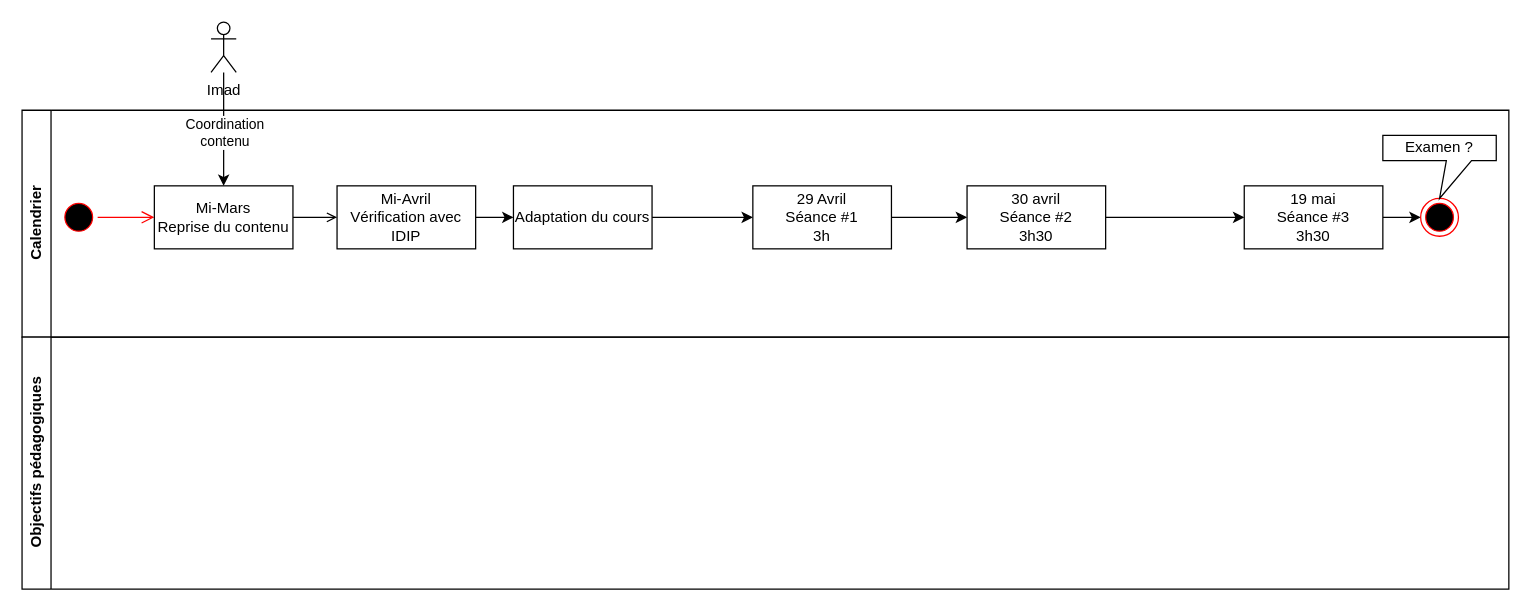
Fabrice-64/Drawings keeps this draw.io diagram as Cours IA et RH.drawio. Above is the earlier version. Source tidied: cells renumbered, new cells numbered last; positions are measured from the earlier drawing's top-left corner, leaving out a move shared by most shapes. Both pictures are drawn from the tidied source at 126%, with x=0, y=0 at pixel (21, 21).
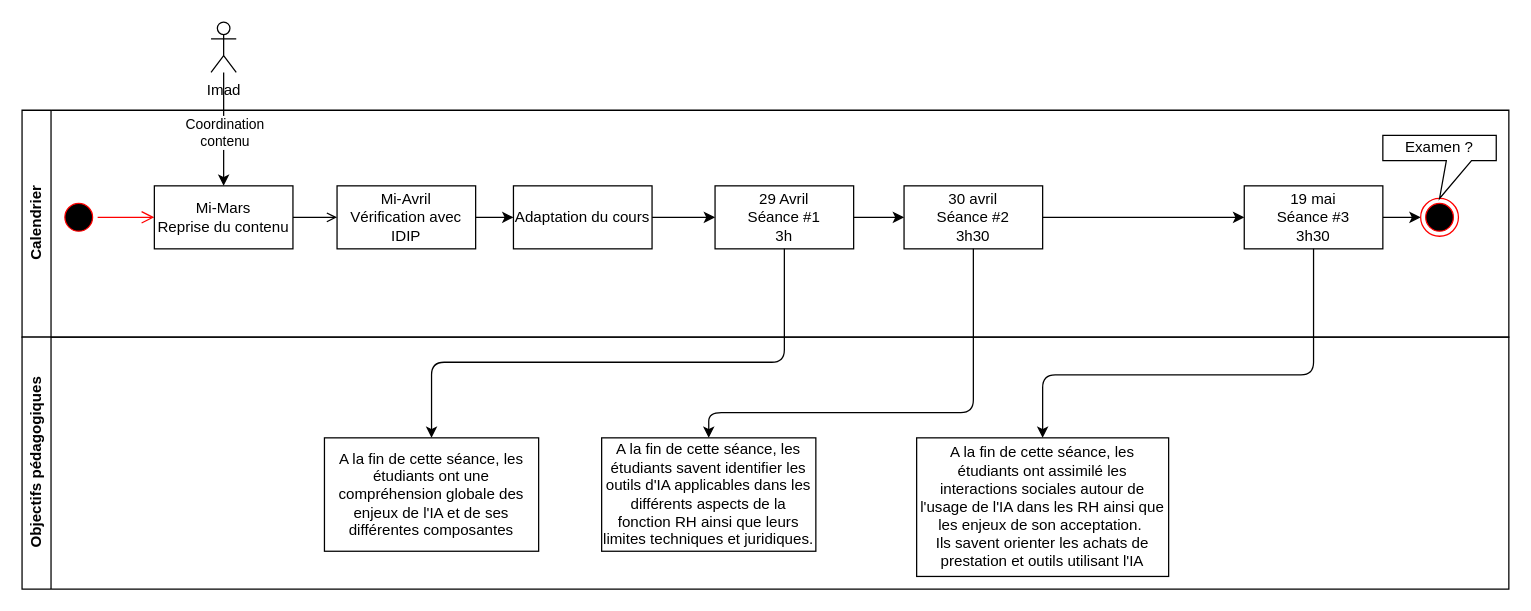
The same diagram, later.

Commit message:
Ajout des objectifs intermédiaires

Unchanged cells that the change refers to:
```xml
<mxCell id="2" value="Calendrier" style="swimlane;horizontal=0;whiteSpace=wrap;html=1;verticalAlign=middle;" parent="1" vertex="1">
  <mxGeometry y="70" width="1180" height="180" as="geometry" />
</mxCell>
<mxCell id="15" value="19 mai&lt;br&gt;Séance #3&lt;br&gt;3h30" style="html=1;whiteSpace=wrap;" parent="2" vertex="1">
  <mxGeometry x="970" y="60" width="110" height="50" as="geometry" />
</mxCell>
<mxCell id="22" value="Objectifs pédagogiques" style="swimlane;horizontal=0;whiteSpace=wrap;html=1;" parent="1" vertex="1">
  <mxGeometry y="250" width="1180" height="200" as="geometry" />
</mxCell>
```

The edit, as a diff of the source:
```diff
@@
     <mxCell id="11" value="29 Avril&lt;br&gt;Séance #1&lt;br&gt;3h" style="html=1;whiteSpace=wrap;" parent="2" vertex="1">
-      <mxGeometry x="580" y="60" width="110" height="50" as="geometry" />
+      <mxGeometry x="550" y="60" width="110" height="50" as="geometry" />
     </mxCell>
@@
     <mxCell id="13" value="30 avril&lt;br&gt;Séance #2&lt;br&gt;3h30" style="html=1;whiteSpace=wrap;" parent="2" vertex="1">
-      <mxGeometry x="750" y="60" width="110" height="50" as="geometry" />
+      <mxGeometry x="700" y="60" width="110" height="50" as="geometry" />
     </mxCell>
@@
+    <mxCell id="23" value="A la fin de cette séance, les étudiants ont une compréhension globale des enjeux de l'IA et de ses différentes composantes" style="html=1;whiteSpace=wrap;" parent="22" vertex="1">
+      <mxGeometry x="240" y="80" width="170" height="90" as="geometry" />
+    </mxCell>
+    <mxCell id="24" value="A la fin de cette séance, les étudiants savent identifier les outils d'IA applicables dans les différents aspects de la fonction RH ainsi que leurs limites techniques et juridiques." style="html=1;whiteSpace=wrap;" parent="22" vertex="1">
+      <mxGeometry x="460" y="80" width="170" height="90" as="geometry" />
+    </mxCell>
+    <mxCell id="25" value="A la fin de cette séance, les étudiants ont assimilé les interactions sociales autour de l'usage de l'IA dans les RH ainsi que les enjeux de son acceptation.&amp;nbsp;&lt;br&gt;Ils savent orienter les achats de prestation et outils utilisant l'IA" style="html=1;whiteSpace=wrap;" parent="22" vertex="1">
+      <mxGeometry x="710" y="80" width="200" height="110" as="geometry" />
+    </mxCell>
+    <mxCell id="26" style="edgeStyle=orthogonalEdgeStyle;rounded=1;jettySize=auto;html=1;curved=0;entryX=0.5;entryY=0;entryDx=0;entryDy=0;" parent="1" edge="1" source="11" target="23">
+      <mxGeometry relative="1" as="geometry">
+        <Array as="points">
+          <mxPoint x="605" y="270" />
+          <mxPoint x="325" y="270" />
+        </Array>
+      </mxGeometry>
+    </mxCell>
+    <mxCell id="27" style="edgeStyle=orthogonalEdgeStyle;rounded=1;jettySize=auto;html=1;exitX=0.5;exitY=1;exitDx=0;exitDy=0;curved=0;entryX=0.5;entryY=0;entryDx=0;entryDy=0;" parent="1" edge="1" source="13" target="24">
+      <mxGeometry relative="1" as="geometry">
+        <Array as="points">
+          <mxPoint x="755" y="310" />
+          <mxPoint x="545" y="310" />
+        </Array>
+      </mxGeometry>
+    </mxCell>
+    <mxCell id="28" style="edgeStyle=orthogonalEdgeStyle;rounded=1;jettySize=auto;html=1;curved=0;exitX=0.5;exitY=1;exitDx=0;exitDy=0;entryX=0.5;entryY=0;entryDx=0;entryDy=0;" parent="1" edge="1" source="15" target="25">
+      <mxGeometry relative="1" as="geometry">
+        <Array as="points">
+          <mxPoint x="1025" y="280" />
+          <mxPoint x="810" y="280" />
+        </Array>
+      </mxGeometry>
+    </mxCell>
```
